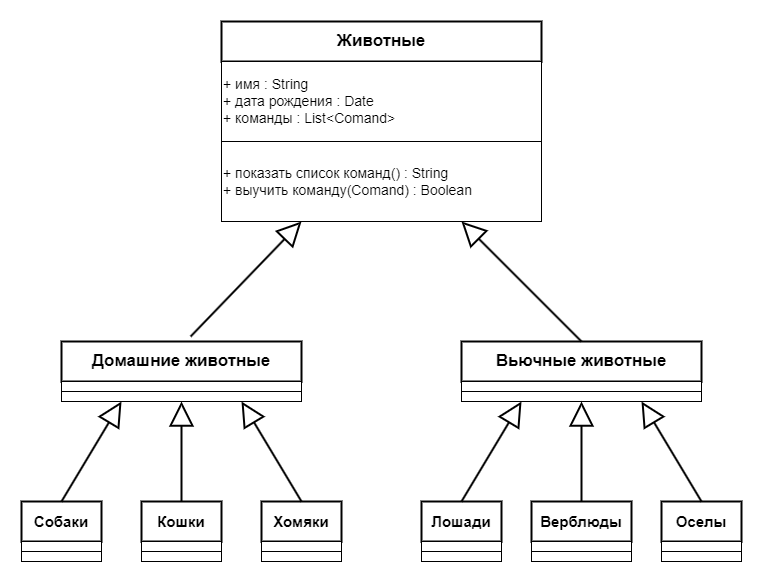
Before: images/Task6.png, a diagram exported from draw.io (AlexKot986/control_work). Source tidied: cells renumbered, new cells last; positions are measured from the earlier drawing's top-left corner, leaving out a move shared by most shapes. The source it was exported from:
```xml
<mxGraphModel>
  <root>
    <mxCell id="0" />
    <mxCell id="1" parent="0" />
    <mxCell id="2" value="Животные" style="rounded=0;whiteSpace=wrap;html=1;strokeWidth=2;fontSize=17;fontStyle=1;" parent="1" vertex="1">
      <mxGeometry x="200" width="320" height="40" as="geometry" />
    </mxCell>
    <mxCell id="3" value="Домашние животные" style="rounded=0;whiteSpace=wrap;html=1;strokeWidth=2;fontSize=17;fontStyle=1;" parent="1" vertex="1">
      <mxGeometry x="40" y="320" width="240" height="40" as="geometry" />
    </mxCell>
    <mxCell id="4" value="Вьючные животные" style="rounded=0;whiteSpace=wrap;html=1;strokeWidth=2;fontSize=17;fontStyle=1;" parent="1" vertex="1">
      <mxGeometry x="440" y="320" width="240" height="40" as="geometry" />
    </mxCell>
    <mxCell id="5" value="Собаки" style="rounded=0;whiteSpace=wrap;html=1;strokeWidth=2;fontSize=15;fontStyle=1;" parent="1" vertex="1">
      <mxGeometry y="480" width="80" height="40" as="geometry" />
    </mxCell>
    <mxCell id="6" value="Кошки" style="rounded=0;whiteSpace=wrap;html=1;strokeWidth=2;fontSize=15;fontStyle=1;" parent="1" vertex="1">
      <mxGeometry x="120" y="480" width="80" height="40" as="geometry" />
    </mxCell>
    <mxCell id="7" value="Хомяки" style="rounded=0;whiteSpace=wrap;html=1;strokeWidth=2;fontSize=15;fontStyle=1;" parent="1" vertex="1">
      <mxGeometry x="240" y="480" width="80" height="40" as="geometry" />
    </mxCell>
    <mxCell id="8" value="Оселы" style="rounded=0;whiteSpace=wrap;html=1;strokeWidth=2;fontSize=15;fontStyle=1;" parent="1" vertex="1">
      <mxGeometry x="640" y="480" width="80" height="40" as="geometry" />
    </mxCell>
    <mxCell id="9" value="Верблюды" style="rounded=0;whiteSpace=wrap;html=1;strokeWidth=2;fontSize=15;fontStyle=1;" parent="1" vertex="1">
      <mxGeometry x="510" y="480" width="100" height="40" as="geometry" />
    </mxCell>
    <mxCell id="10" value="Лошади" style="rounded=0;whiteSpace=wrap;html=1;strokeWidth=2;fontSize=15;fontStyle=1;" parent="1" vertex="1">
      <mxGeometry x="400" y="480" width="80" height="40" as="geometry" />
    </mxCell>
    <mxCell id="11" value="+ имя : String&lt;br style=&quot;font-size: 14px;&quot;&gt;+ дата рождения : Date&lt;br style=&quot;font-size: 14px;&quot;&gt;+ команды : List&amp;lt;Comand&amp;gt;" style="rounded=0;whiteSpace=wrap;html=1;align=left;fontSize=14;strokeWidth=1;" parent="1" vertex="1">
      <mxGeometry x="200" y="40" width="320" height="80" as="geometry" />
    </mxCell>
    <mxCell id="12" value="+ показать список команд() : String&lt;br style=&quot;font-size: 14px;&quot;&gt;+ выучить команду(Comand) : Boolean" style="rounded=0;whiteSpace=wrap;html=1;align=left;fontSize=14;strokeWidth=1;" parent="1" vertex="1">
      <mxGeometry x="200" y="120" width="320" height="80" as="geometry" />
    </mxCell>
    <mxCell id="13" style="endArrow=block;html=1;rounded=0;fontSize=16;strokeWidth=2;endFill=0;targetPerimeterSpacing=0;endSize=20;entryX=0.75;entryY=1;entryDx=0;entryDy=0;exitX=0.5;exitY=0;exitDx=0;exitDy=0;" parent="1" edge="1" source="4" target="12">
      <mxGeometry relative="1" as="geometry" />
    </mxCell>
    <mxCell id="14" style="endArrow=block;html=1;rounded=0;fontSize=16;strokeWidth=2;endFill=0;targetPerimeterSpacing=0;endSize=20;entryX=0.25;entryY=1;entryDx=0;entryDy=0;exitX=0.538;exitY=-0.125;exitDx=0;exitDy=0;exitPerimeter=0;" parent="1" edge="1" source="3" target="12">
      <mxGeometry relative="1" as="geometry" />
    </mxCell>
    <mxCell id="15" style="endArrow=block;html=1;rounded=0;fontSize=16;strokeWidth=2;endFill=0;targetPerimeterSpacing=0;endSize=20;exitX=0.5;exitY=0;exitDx=0;exitDy=0;entryX=0.75;entryY=1;entryDx=0;entryDy=0;" parent="1" edge="1" source="7" target="21">
      <mxGeometry relative="1" as="geometry" />
    </mxCell>
    <mxCell id="16" style="endArrow=block;html=1;rounded=0;fontSize=16;strokeWidth=2;endFill=0;targetPerimeterSpacing=0;endSize=20;entryX=0.25;entryY=1;entryDx=0;entryDy=0;exitX=0.5;exitY=0;exitDx=0;exitDy=0;" parent="1" edge="1" source="5" target="21">
      <mxGeometry relative="1" as="geometry" />
    </mxCell>
    <mxCell id="17" style="endArrow=block;html=1;rounded=0;fontSize=16;strokeWidth=2;endFill=0;targetPerimeterSpacing=0;endSize=20;entryX=0.5;entryY=1;entryDx=0;entryDy=0;exitX=0.5;exitY=0;exitDx=0;exitDy=0;" parent="1" edge="1" source="6" target="21">
      <mxGeometry relative="1" as="geometry" />
    </mxCell>
    <mxCell id="18" style="endArrow=block;html=1;rounded=0;fontSize=16;strokeWidth=2;endFill=0;targetPerimeterSpacing=0;endSize=20;entryX=0.25;entryY=1;entryDx=0;entryDy=0;exitX=0.5;exitY=0;exitDx=0;exitDy=0;" parent="1" edge="1" source="10" target="23">
      <mxGeometry relative="1" as="geometry" />
    </mxCell>
    <mxCell id="19" style="endArrow=block;html=1;rounded=0;fontSize=16;strokeWidth=2;endFill=0;targetPerimeterSpacing=0;endSize=20;entryX=0.75;entryY=1;entryDx=0;entryDy=0;exitX=0.5;exitY=0;exitDx=0;exitDy=0;" parent="1" edge="1" source="8" target="23">
      <mxGeometry relative="1" as="geometry" />
    </mxCell>
    <mxCell id="20" style="rounded=0;whiteSpace=wrap;html=1;strokeWidth=1;" parent="1" vertex="1">
      <mxGeometry x="40" y="360" width="240" height="10" as="geometry" />
    </mxCell>
    <mxCell id="21" style="rounded=0;whiteSpace=wrap;html=1;strokeWidth=1;" parent="1" vertex="1">
      <mxGeometry x="40" y="370" width="240" height="10" as="geometry" />
    </mxCell>
    <mxCell id="22" style="rounded=0;whiteSpace=wrap;html=1;strokeWidth=1;" parent="1" vertex="1">
      <mxGeometry x="440" y="360" width="240" height="10" as="geometry" />
    </mxCell>
    <mxCell id="23" style="rounded=0;whiteSpace=wrap;html=1;strokeWidth=1;" parent="1" vertex="1">
      <mxGeometry x="440" y="370" width="240" height="10" as="geometry" />
    </mxCell>
    <mxCell id="24" style="rounded=0;whiteSpace=wrap;html=1;strokeWidth=1;" parent="1" vertex="1">
      <mxGeometry y="520" width="80" height="10" as="geometry" />
    </mxCell>
    <mxCell id="25" style="rounded=0;whiteSpace=wrap;html=1;strokeWidth=1;" parent="1" vertex="1">
      <mxGeometry y="530" width="80" height="10" as="geometry" />
    </mxCell>
    <mxCell id="26" style="rounded=0;whiteSpace=wrap;html=1;strokeWidth=1;" parent="1" vertex="1">
      <mxGeometry x="400" y="530" width="80" height="10" as="geometry" />
    </mxCell>
    <mxCell id="27" style="rounded=0;whiteSpace=wrap;html=1;strokeWidth=1;" parent="1" vertex="1">
      <mxGeometry x="400" y="520" width="80" height="10" as="geometry" />
    </mxCell>
    <mxCell id="28" style="rounded=0;whiteSpace=wrap;html=1;strokeWidth=1;" parent="1" vertex="1">
      <mxGeometry x="240" y="530" width="80" height="10" as="geometry" />
    </mxCell>
    <mxCell id="29" style="rounded=0;whiteSpace=wrap;html=1;strokeWidth=1;" parent="1" vertex="1">
      <mxGeometry x="240" y="520" width="80" height="10" as="geometry" />
    </mxCell>
    <mxCell id="30" style="rounded=0;whiteSpace=wrap;html=1;strokeWidth=1;" parent="1" vertex="1">
      <mxGeometry x="120" y="520" width="80" height="10" as="geometry" />
    </mxCell>
    <mxCell id="31" style="rounded=0;whiteSpace=wrap;html=1;strokeWidth=1;" parent="1" vertex="1">
      <mxGeometry x="120" y="530" width="80" height="10" as="geometry" />
    </mxCell>
    <mxCell id="32" style="rounded=0;whiteSpace=wrap;html=1;strokeWidth=1;" parent="1" vertex="1">
      <mxGeometry x="510" y="530" width="100" height="10" as="geometry" />
    </mxCell>
    <mxCell id="33" style="rounded=0;whiteSpace=wrap;html=1;strokeWidth=1;" parent="1" vertex="1">
      <mxGeometry x="510" y="520" width="100" height="10" as="geometry" />
    </mxCell>
    <mxCell id="34" style="rounded=0;whiteSpace=wrap;html=1;strokeWidth=1;" parent="1" vertex="1">
      <mxGeometry x="640" y="520" width="80" height="10" as="geometry" />
    </mxCell>
    <mxCell id="35" style="rounded=0;whiteSpace=wrap;html=1;strokeWidth=1;" parent="1" vertex="1">
      <mxGeometry x="640" y="530" width="80" height="10" as="geometry" />
    </mxCell>
    <mxCell id="36" style="endArrow=block;html=1;rounded=0;fontSize=16;strokeWidth=2;endFill=0;targetPerimeterSpacing=0;endSize=20;entryX=0.5;entryY=1;entryDx=0;entryDy=0;exitX=0.5;exitY=0;exitDx=0;exitDy=0;" parent="1" edge="1" source="9" target="23">
      <mxGeometry relative="1" as="geometry" />
    </mxCell>
  </root>
</mxGraphModel>
```
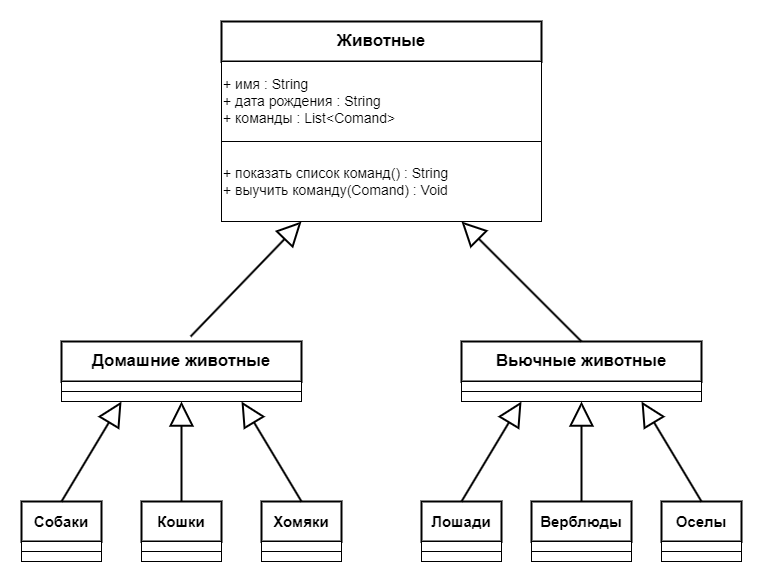
After the commit.

Diff of the diagram source:
```diff
@@ -29,10 +29,10 @@
     <mxCell id="10" value="Лошади" style="rounded=0;whiteSpace=wrap;html=1;strokeWidth=2;fontSize=15;fontStyle=1;" parent="1" vertex="1">
       <mxGeometry x="400" y="480" width="80" height="40" as="geometry" />
     </mxCell>
-    <mxCell id="11" value="+ имя : String&lt;br style=&quot;font-size: 14px;&quot;&gt;+ дата рождения : Date&lt;br style=&quot;font-size: 14px;&quot;&gt;+ команды : List&amp;lt;Comand&amp;gt;" style="rounded=0;whiteSpace=wrap;html=1;align=left;fontSize=14;strokeWidth=1;" parent="1" vertex="1">
+    <mxCell id="11" value="+ имя : String&lt;br style=&quot;font-size: 14px;&quot;&gt;+ дата рождения : String&lt;br style=&quot;font-size: 14px;&quot;&gt;+ команды : List&amp;lt;Comand&amp;gt;" style="rounded=0;whiteSpace=wrap;html=1;align=left;fontSize=14;strokeWidth=1;" parent="1" vertex="1">
       <mxGeometry x="200" y="40" width="320" height="80" as="geometry" />
     </mxCell>
-    <mxCell id="12" value="+ показать список команд() : String&lt;br style=&quot;font-size: 14px;&quot;&gt;+ выучить команду(Comand) : Boolean" style="rounded=0;whiteSpace=wrap;html=1;align=left;fontSize=14;strokeWidth=1;" parent="1" vertex="1">
+    <mxCell id="12" value="+ показать список команд() : String&lt;br style=&quot;font-size: 14px;&quot;&gt;+ выучить команду(Comand) : Void" style="rounded=0;whiteSpace=wrap;html=1;align=left;fontSize=14;strokeWidth=1;" parent="1" vertex="1">
       <mxGeometry x="200" y="120" width="320" height="80" as="geometry" />
     </mxCell>
     <mxCell id="13" style="endArrow=block;html=1;rounded=0;fontSize=16;strokeWidth=2;endFill=0;targetPerimeterSpacing=0;endSize=20;entryX=0.75;entryY=1;entryDx=0;entryDy=0;exitX=0.5;exitY=0;exitDx=0;exitDy=0;" parent="1" edge="1" source="4" target="12">
```
